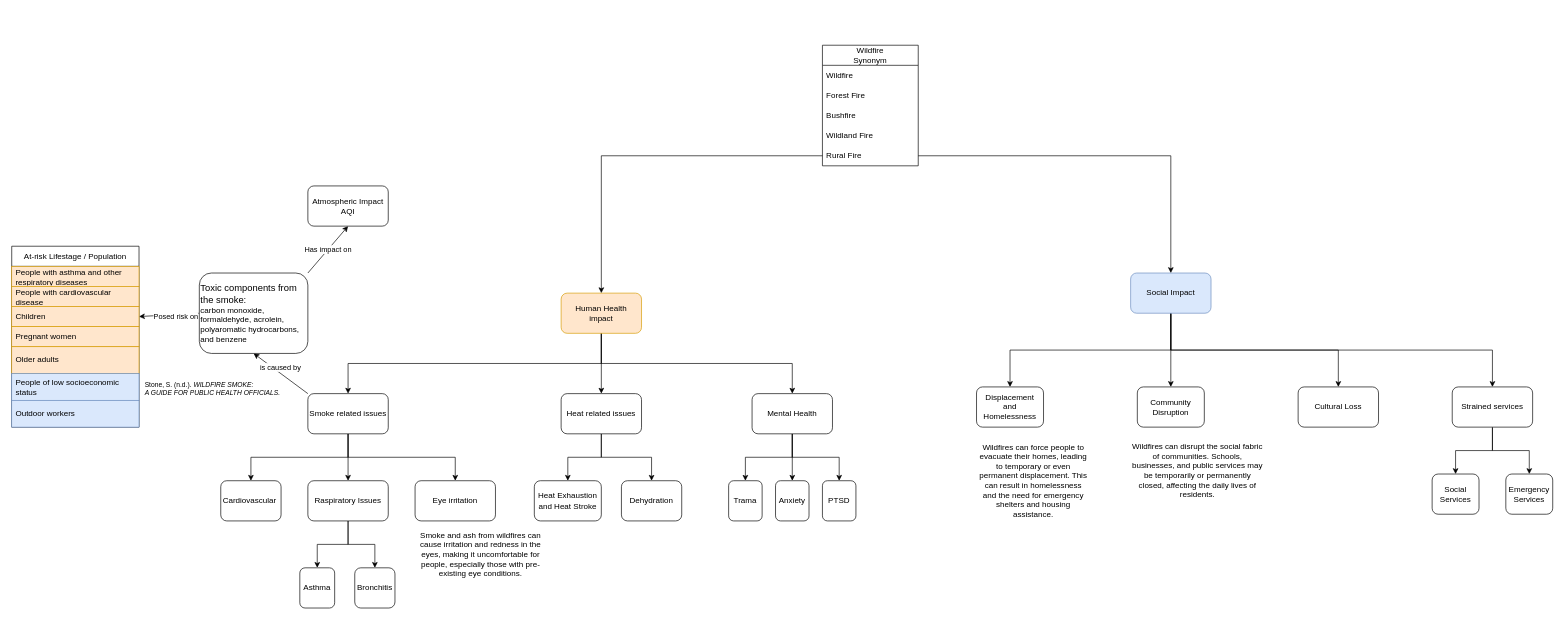
The draw.io diagram wildfire.drawio in cld4h/draw.io-documents, before the edit. Source tidied: cells renumbered, new cells numbered last; positions are measured from the earlier drawing's top-left corner, leaving out a move shared by most shapes. Both pictures are drawn from the tidied source at 67%, with x=0, y=0 at pixel (11, 45).
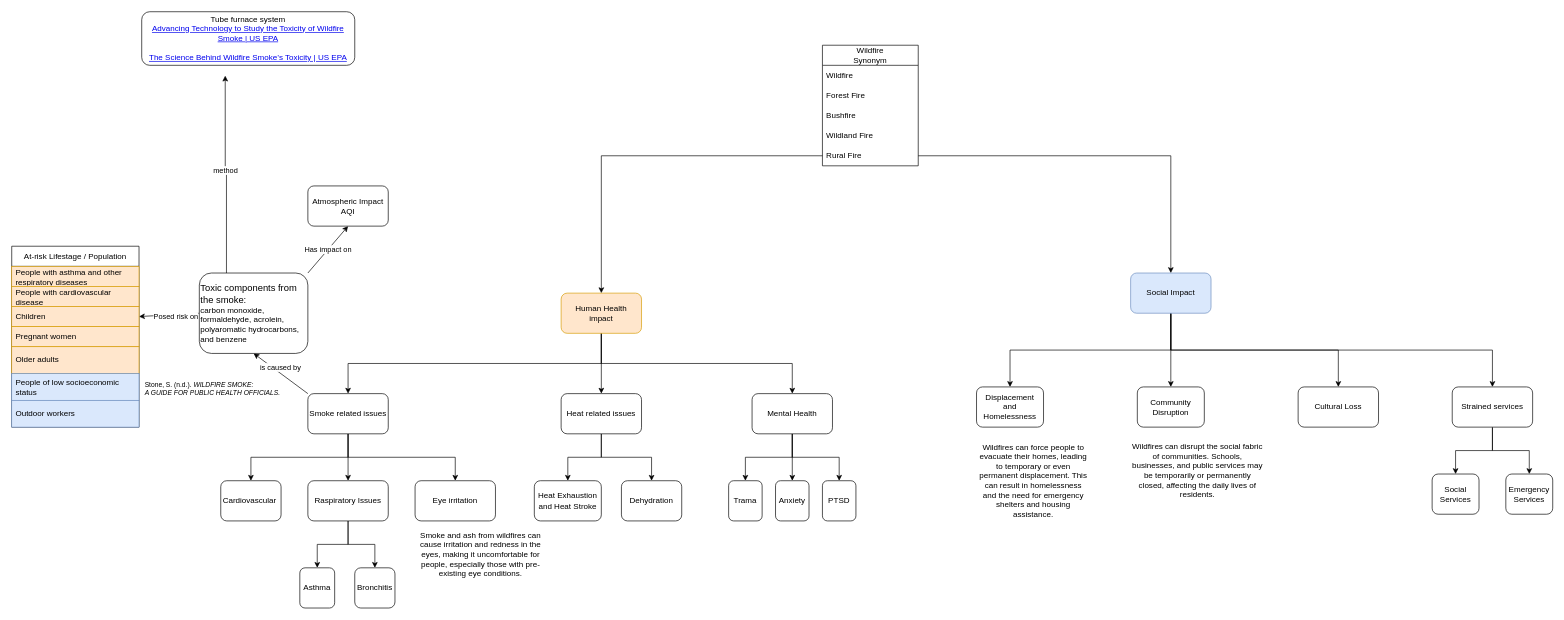
The same page after the edit.

Unchanged cells that the change refers to:
```xml
<mxCell id="57" value="&lt;font style=&quot;font-size: 14px;&quot;&gt;Toxic components from the smoke:&lt;/font&gt;&lt;br&gt;carbon monoxide, formaldehyde, acrolein, polyaromatic hydrocarbons, and benzene" style="rounded=1;whiteSpace=wrap;html=1;align=left;" parent="1" vertex="1">
  <mxGeometry x="280" y="340" width="162" height="120" as="geometry" />
</mxCell>
```

Change to the diagram source:
```diff
@@
+    <mxCell id="70" value="Tube furnace system&lt;br&gt;&lt;a href=&quot;https://www.epa.gov/sciencematters/advancing-technology-study-toxicity-wildfire-smoke&quot;&gt;Advancing Technology to Study the Toxicity of Wildfire Smoke | US EPA&lt;/a&gt;&lt;br&gt;&lt;br&gt;&lt;a href=&quot;https://www.epa.gov/sciencematters/science-behind-wildfire-smokes-toxicity&quot;&gt;The Science Behind Wildfire Smoke’s Toxicity | US EPA&lt;/a&gt;" style="rounded=1;whiteSpace=wrap;html=1;" parent="1" vertex="1">
+      <mxGeometry x="194" y="-50" width="318" height="80" as="geometry" />
+    </mxCell>
+    <mxCell id="71" style="edgeStyle=orthogonalEdgeStyle;rounded=0;jettySize=auto;html=1;exitX=0.25;exitY=0;exitDx=0;exitDy=0;entryX=0.392;entryY=1.193;entryDx=0;entryDy=0;entryPerimeter=0;" parent="1" edge="1" source="57" target="70">
+      <mxGeometry relative="1" as="geometry" />
+    </mxCell>
+    <mxCell id="72" value="method" style="edgeLabel;html=1;align=center;verticalAlign=middle;" parent="71" vertex="1">
+      <mxGeometry x="0.04" y="3" relative="1" as="geometry">
+        <mxPoint x="1" as="offset" />
+      </mxGeometry>
+    </mxCell>
```
